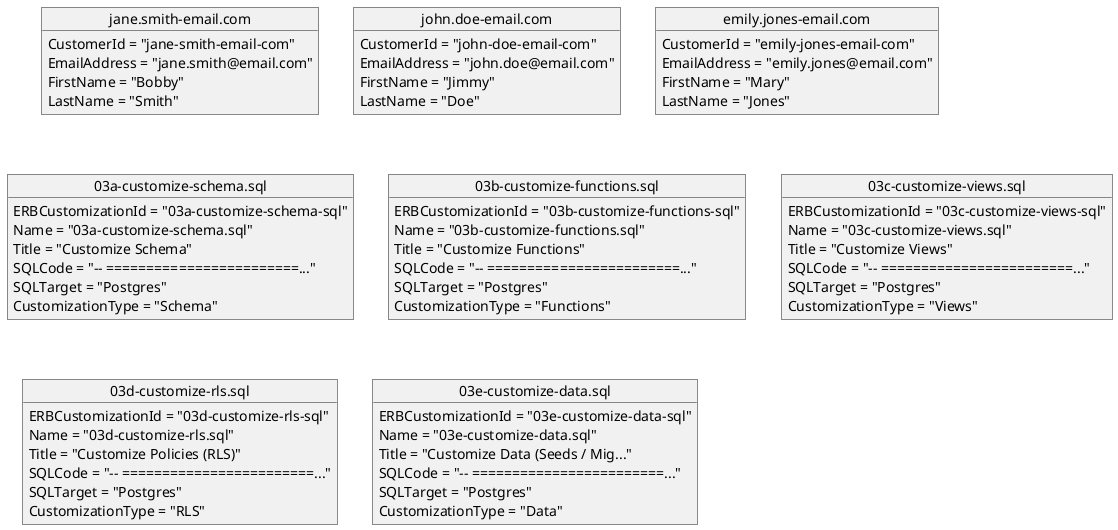
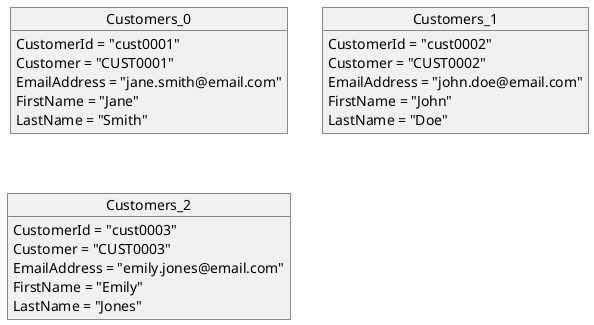
@startuml

- object "jane.smith-email.com" as Customers_0 {
-   CustomerId = "jane-smith-email-com"
+ object "Customers_0" as Customers_0 {
+   CustomerId = "cust0001"
+   Customer = "CUST0001"
  EmailAddress = "jane.smith@email.com"
-   FirstName = "Bobby"
+   FirstName = "Jane"
  LastName = "Smith"
}

- object "john.doe-email.com" as Customers_1 {
-   CustomerId = "john-doe-email-com"
+ object "Customers_1" as Customers_1 {
+   CustomerId = "cust0002"
+   Customer = "CUST0002"
  EmailAddress = "john.doe@email.com"
-   FirstName = "Jimmy"
+   FirstName = "John"
  LastName = "Doe"
}

- object "emily.jones-email.com" as Customers_2 {
-   CustomerId = "emily-jones-email-com"
+ object "Customers_2" as Customers_2 {
+   CustomerId = "cust0003"
+   Customer = "CUST0003"
  EmailAddress = "emily.jones@email.com"
-   FirstName = "Mary"
+   FirstName = "Emily"
  LastName = "Jones"
}

- object "03a-customize-schema.sql" as ERBCustomizations_0 {
-   ERBCustomizationId = "03a-customize-schema-sql"
-   Name = "03a-customize-schema.sql"
-   Title = "Customize Schema"
-   SQLCode = "-- ========================..."
-   SQLTarget = "Postgres"
-   CustomizationType = "Schema"
- }
- 
- object "03b-customize-functions.sql" as ERBCustomizations_1 {
-   ERBCustomizationId = "03b-customize-functions-sql"
-   Name = "03b-customize-functions.sql"
-   Title = "Customize Functions"
-   SQLCode = "-- ========================..."
-   SQLTarget = "Postgres"
-   CustomizationType = "Functions"
- }
- 
- object "03c-customize-views.sql" as ERBCustomizations_2 {
-   ERBCustomizationId = "03c-customize-views-sql"
-   Name = "03c-customize-views.sql"
-   Title = "Customize Views"
-   SQLCode = "-- ========================..."
-   SQLTarget = "Postgres"
-   CustomizationType = "Views"
- }
- 
- object "03d-customize-rls.sql" as ERBCustomizations_3 {
-   ERBCustomizationId = "03d-customize-rls-sql"
-   Name = "03d-customize-rls.sql"
-   Title = "Customize Policies (RLS)"
-   SQLCode = "-- ========================..."
-   SQLTarget = "Postgres"
-   CustomizationType = "RLS"
- }
- 
- object "03e-customize-data.sql" as ERBCustomizations_4 {
-   ERBCustomizationId = "03e-customize-data-sql"
-   Name = "03e-customize-data.sql"
-   Title = "Customize Data (Seeds / Mig..."
-   SQLCode = "-- ========================..."
-   SQLTarget = "Postgres"
-   CustomizationType = "Data"
- }
- 
@enduml